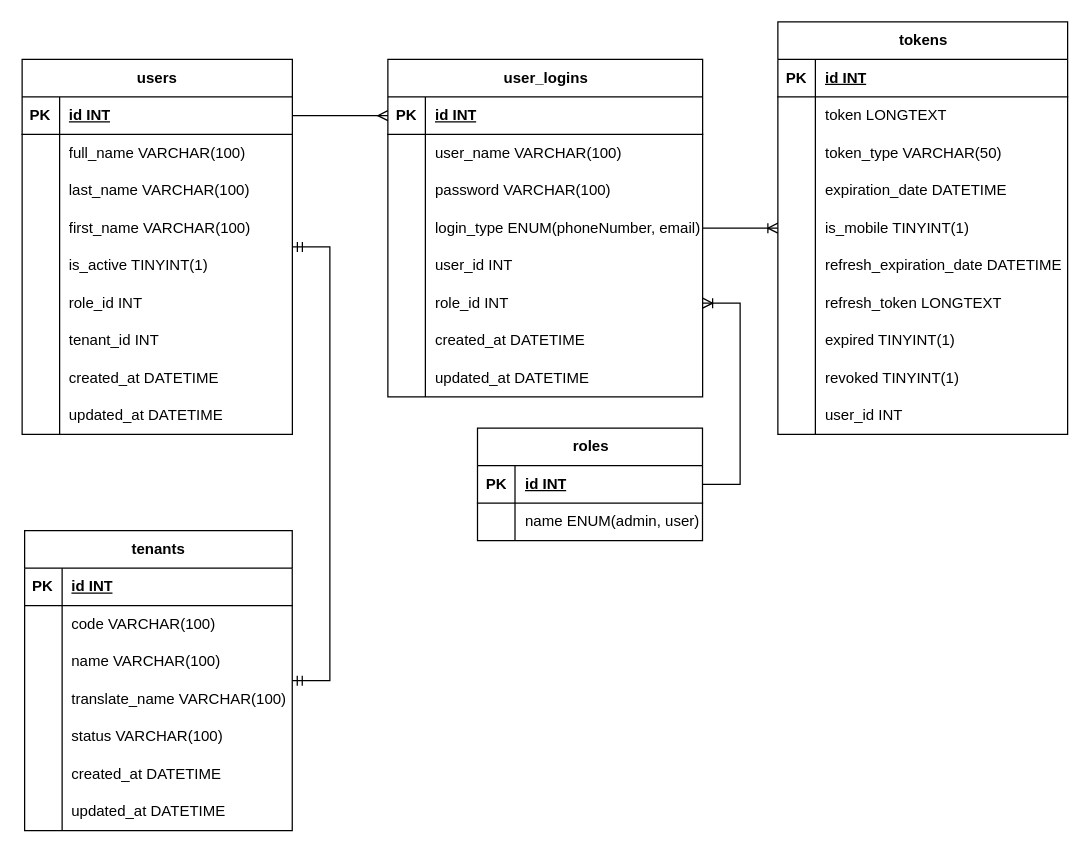
Before: Logistic_Web_App_Service_Login.drawio in VanNguyenHust/Logistic_App_Service_Login, a draw.io diagram. Source tidied: cells renumbered, new cells numbered last; positions are measured from the earlier drawing's top-left corner, leaving out a move shared by most shapes. Both pictures are drawn from the tidied source at 125%, with x=0, y=0 at pixel (21, 21).
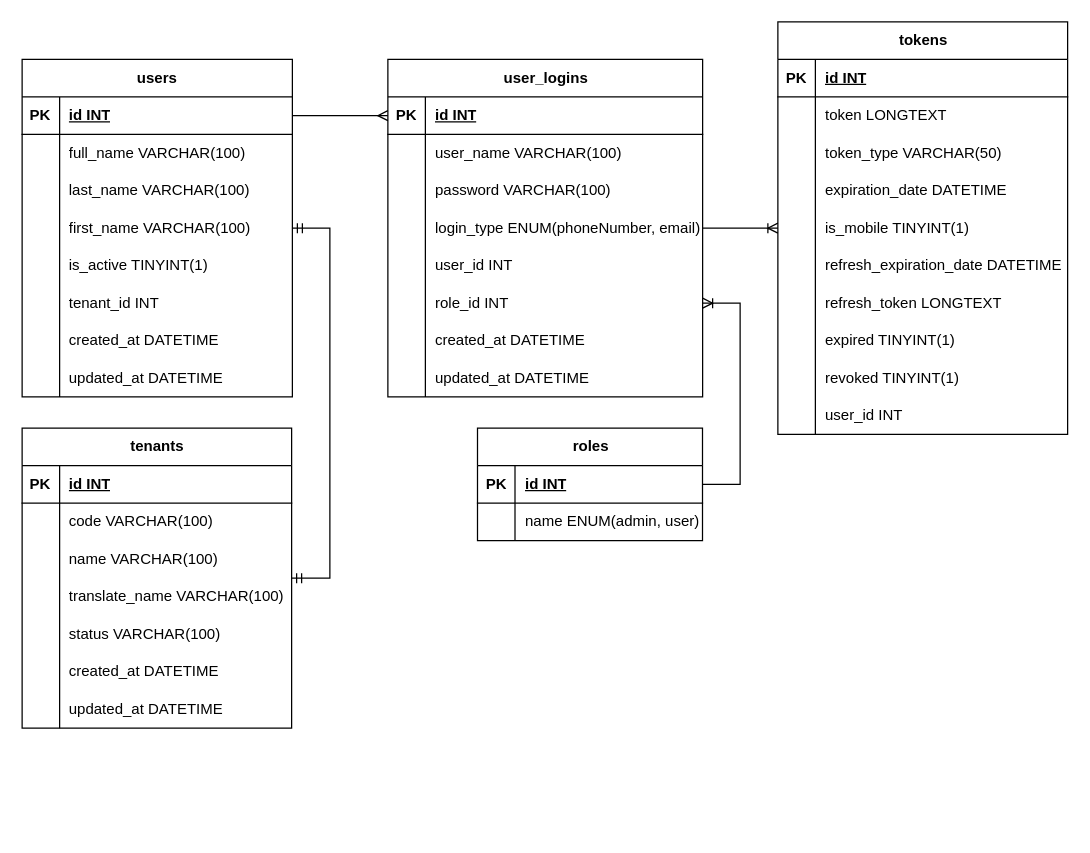
The same page after the edit.

Commit message (it also covers changes not shown here):
Add document database, design API and diagram database

What changed in the source:
```diff
@@
     <mxCell id="2" value="users" style="shape=table;startSize=30;childLayout=tableLayout;rowLines=0;fontStyle=1;align=center;html=1;" parent="1" vertex="1">
-      <mxGeometry x="0.2" y="30" width="216.2" height="300" as="geometry" />
+      <mxGeometry x="0.2" y="30" width="216.2" height="270" as="geometry" />
     </mxCell>
@@
-    <mxCell id="18" style="shape=tableRow;horizontal=0;startSize=0;swimlaneHead=0;swimlaneBody=0;fillColor=none;top=0;left=0;right=0;bottom=0;" parent="2" vertex="1">
-      <mxGeometry y="180" width="216.2" height="30" as="geometry" />
-    </mxCell>
-    <mxCell id="19" style="shape=partialRectangle;fillColor=none;top=0;left=0;bottom=0;right=0;overflow=hidden;whiteSpace=wrap;html=1;" parent="18" vertex="1">
-      <mxGeometry width="30" height="30" as="geometry" />
-    </mxCell>
-    <mxCell id="20" value="role_id INT" style="shape=partialRectangle;fillColor=none;top=0;left=0;bottom=0;right=0;align=left;spacingLeft=6;overflow=hidden;whiteSpace=wrap;html=1;" parent="18" vertex="1">
-      <mxGeometry x="30" width="186.2" height="30" as="geometry" />
-    </mxCell>
     <mxCell id="21" style="shape=tableRow;horizontal=0;startSize=0;swimlaneHead=0;swimlaneBody=0;fillColor=none;top=0;left=0;right=0;bottom=0;" parent="2" vertex="1">
-      <mxGeometry y="210" width="216.2" height="30" as="geometry" />
+      <mxGeometry y="180" width="216.2" height="30" as="geometry" />
     </mxCell>
@@
     <mxCell id="24" style="shape=tableRow;horizontal=0;startSize=0;swimlaneHead=0;swimlaneBody=0;fillColor=none;top=0;left=0;right=0;bottom=0;" parent="2" vertex="1">
-      <mxGeometry y="240" width="216.2" height="30" as="geometry" />
+      <mxGeometry y="210" width="216.2" height="30" as="geometry" />
     </mxCell>
@@
     <mxCell id="27" style="shape=tableRow;horizontal=0;startSize=0;swimlaneHead=0;swimlaneBody=0;fillColor=none;top=0;left=0;right=0;bottom=0;" parent="2" vertex="1">
-      <mxGeometry y="270" width="216.2" height="30" as="geometry" />
+      <mxGeometry y="240" width="216.2" height="30" as="geometry" />
     </mxCell>
@@
     <mxCell id="96" value="tenants" style="shape=table;startSize=30;childLayout=tableLayout;rowLines=0;fontStyle=1;align=center;html=1;" parent="1" vertex="1">
-      <mxGeometry x="2.2" y="407" width="214.1" height="240" as="geometry" />
+      <mxGeometry x="0.2" y="325" width="215.6" height="240" as="geometry" />
     </mxCell>
     <mxCell id="97" style="shape=tableRow;horizontal=0;startSize=0;swimlaneHead=0;swimlaneBody=0;fillColor=none;top=0;left=0;right=0;bottom=1;" parent="96" vertex="1">
-      <mxGeometry y="30" width="214.1" height="30" as="geometry" />
+      <mxGeometry y="30" width="215.6" height="30" as="geometry" />
     </mxCell>
@@
     <mxCell id="99" value="id INT" style="shape=partialRectangle;fillColor=none;top=0;left=0;bottom=0;right=0;align=left;spacingLeft=6;fontStyle=5;overflow=hidden;whiteSpace=wrap;html=1;" parent="97" vertex="1">
-      <mxGeometry x="30" width="184.1" height="30" as="geometry" />
+      <mxGeometry x="30" width="185.6" height="30" as="geometry" />
     </mxCell>
     <mxCell id="100" style="shape=tableRow;horizontal=0;startSize=0;swimlaneHead=0;swimlaneBody=0;fillColor=none;top=0;left=0;right=0;bottom=0;" parent="96" vertex="1">
-      <mxGeometry y="60" width="214.1" height="30" as="geometry" />
+      <mxGeometry y="60" width="215.6" height="30" as="geometry" />
     </mxCell>
@@
     <mxCell id="102" value="code VARCHAR(100)" style="shape=partialRectangle;fillColor=none;top=0;left=0;bottom=0;right=0;align=left;spacingLeft=6;overflow=hidden;whiteSpace=wrap;html=1;" parent="100" vertex="1">
-      <mxGeometry x="30" width="184.1" height="30" as="geometry" />
+      <mxGeometry x="30" width="185.6" height="30" as="geometry" />
     </mxCell>
     <mxCell id="103" style="shape=tableRow;horizontal=0;startSize=0;swimlaneHead=0;swimlaneBody=0;fillColor=none;top=0;left=0;right=0;bottom=0;" parent="96" vertex="1">
-      <mxGeometry y="90" width="214.1" height="30" as="geometry" />
+      <mxGeometry y="90" width="215.6" height="30" as="geometry" />
     </mxCell>
@@
     <mxCell id="105" value="name VARCHAR(100)" style="shape=partialRectangle;fillColor=none;top=0;left=0;bottom=0;right=0;align=left;spacingLeft=6;overflow=hidden;whiteSpace=wrap;html=1;" parent="103" vertex="1">
-      <mxGeometry x="30" width="184.1" height="30" as="geometry" />
+      <mxGeometry x="30" width="185.6" height="30" as="geometry" />
     </mxCell>
     <mxCell id="106" style="shape=tableRow;horizontal=0;startSize=0;swimlaneHead=0;swimlaneBody=0;fillColor=none;top=0;left=0;right=0;bottom=0;" parent="96" vertex="1">
-      <mxGeometry y="120" width="214.1" height="30" as="geometry" />
+      <mxGeometry y="120" width="215.6" height="30" as="geometry" />
     </mxCell>
@@
     <mxCell id="108" value="translate_name VARCHAR(100)" style="shape=partialRectangle;fillColor=none;top=0;left=0;bottom=0;right=0;align=left;spacingLeft=6;overflow=hidden;whiteSpace=wrap;html=1;" parent="106" vertex="1">
-      <mxGeometry x="30" width="184.1" height="30" as="geometry" />
+      <mxGeometry x="30" width="185.6" height="30" as="geometry" />
     </mxCell>
     <mxCell id="109" style="shape=tableRow;horizontal=0;startSize=0;swimlaneHead=0;swimlaneBody=0;fillColor=none;top=0;left=0;right=0;bottom=0;" parent="96" vertex="1">
-      <mxGeometry y="150" width="214.1" height="30" as="geometry" />
+      <mxGeometry y="150" width="215.6" height="30" as="geometry" />
     </mxCell>
@@
     <mxCell id="111" value="status VARCHAR(100)" style="shape=partialRectangle;fillColor=none;top=0;left=0;bottom=0;right=0;align=left;spacingLeft=6;overflow=hidden;whiteSpace=wrap;html=1;" parent="109" vertex="1">
-      <mxGeometry x="30" width="184.1" height="30" as="geometry" />
+      <mxGeometry x="30" width="185.6" height="30" as="geometry" />
     </mxCell>
     <mxCell id="112" style="shape=tableRow;horizontal=0;startSize=0;swimlaneHead=0;swimlaneBody=0;fillColor=none;top=0;left=0;right=0;bottom=0;" parent="96" vertex="1">
-      <mxGeometry y="180" width="214.1" height="30" as="geometry" />
+      <mxGeometry y="180" width="215.6" height="30" as="geometry" />
     </mxCell>
@@
     <mxCell id="114" value="created_at DATETIME" style="shape=partialRectangle;fillColor=none;top=0;left=0;bottom=0;right=0;align=left;spacingLeft=6;overflow=hidden;whiteSpace=wrap;html=1;" parent="112" vertex="1">
-      <mxGeometry x="30" width="184.1" height="30" as="geometry" />
+      <mxGeometry x="30" width="185.6" height="30" as="geometry" />
     </mxCell>
     <mxCell id="115" style="shape=tableRow;horizontal=0;startSize=0;swimlaneHead=0;swimlaneBody=0;fillColor=none;top=0;left=0;right=0;bottom=0;" parent="96" vertex="1">
-      <mxGeometry y="210" width="214.1" height="30" as="geometry" />
+      <mxGeometry y="210" width="215.6" height="30" as="geometry" />
     </mxCell>
@@
     <mxCell id="117" value="updated_at DATETIME" style="shape=partialRectangle;fillColor=none;top=0;left=0;bottom=0;right=0;align=left;spacingLeft=6;overflow=hidden;whiteSpace=wrap;html=1;" parent="115" vertex="1">
-      <mxGeometry x="30" width="184.1" height="30" as="geometry" />
+      <mxGeometry x="30" width="185.6" height="30" as="geometry" />
     </mxCell>
```
